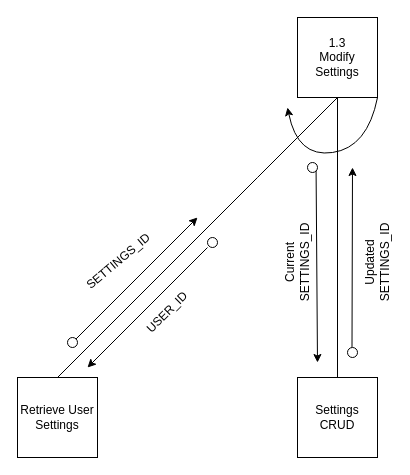
Before: StructureChartSettings.drawio in CollegeCod/winter-2026-projectrepo, a draw.io diagram. Source tidied: cells renumbered, new cells numbered last; positions are measured from the earlier drawing's top-left corner, leaving out a move shared by most shapes. Both pictures are drawn from the tidied source at 100%, with x=0, y=0 at pixel (17, 17).
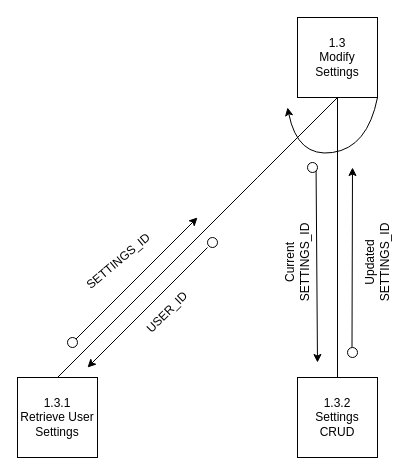
The same diagram, later.

Diff of the diagram source:
```diff
@@
-    <mxCell id="3" value="Retrieve User&lt;div&gt;Settings&lt;/div&gt;" style="whiteSpace=wrap;html=1;" parent="1" vertex="1">
+    <mxCell id="3" value="&lt;div&gt;1.3.1&lt;/div&gt;Retrieve User&lt;div&gt;Settings&lt;/div&gt;" style="whiteSpace=wrap;html=1;" parent="1" vertex="1">
       <mxGeometry y="360" width="80" height="80" as="geometry" />
     </mxCell>
-    <mxCell id="4" value="Settings&lt;div&gt;CRUD&lt;/div&gt;" style="whiteSpace=wrap;html=1;" parent="1" vertex="1">
+    <mxCell id="4" value="&lt;div&gt;1.3.2&lt;/div&gt;Settings&lt;div&gt;CRUD&lt;/div&gt;" style="whiteSpace=wrap;html=1;" parent="1" vertex="1">
       <mxGeometry x="280" y="360" width="80" height="80" as="geometry" />
     </mxCell>
```
